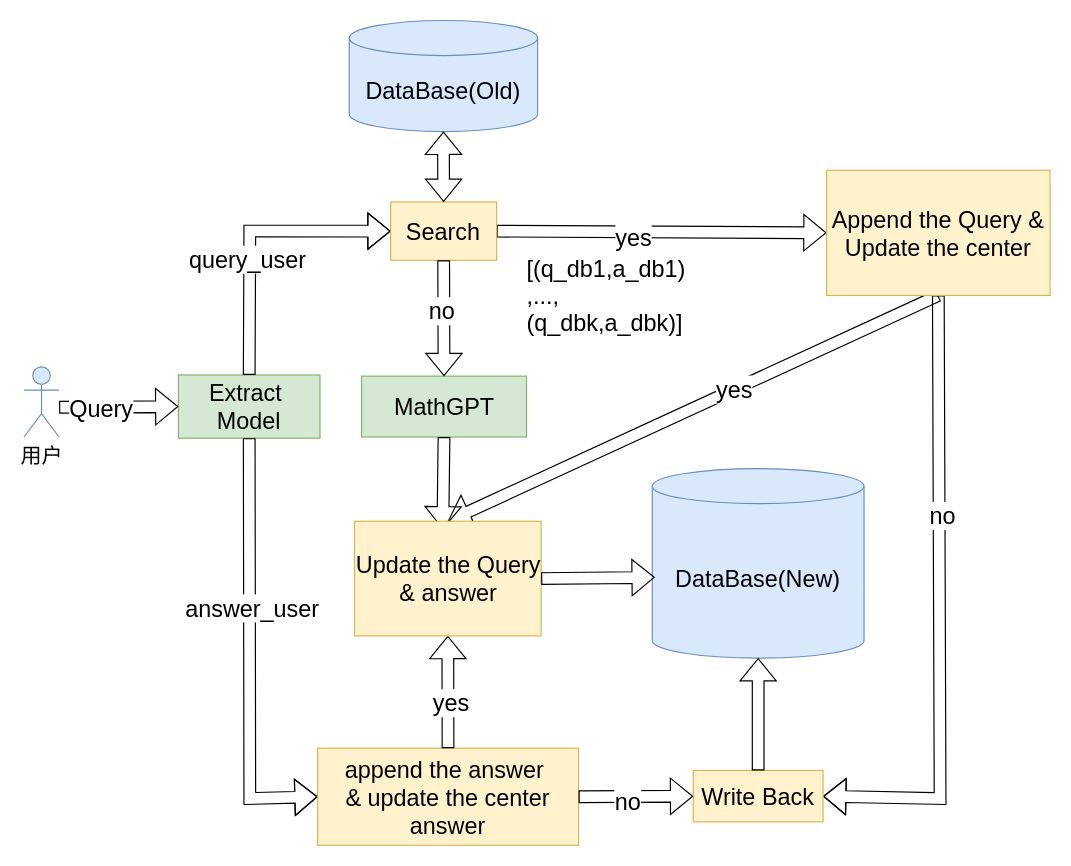
Above: pics/未命名绘图.drawio in QinHsiu/plot_demo (draw.io), before the change. Source tidied: cells renumbered, new cells numbered last; positions are measured from the earlier drawing's top-left corner, leaving out a move shared by most shapes. Both pictures are drawn from the tidied source at 117%, with x=0, y=0 at pixel (23, 20).
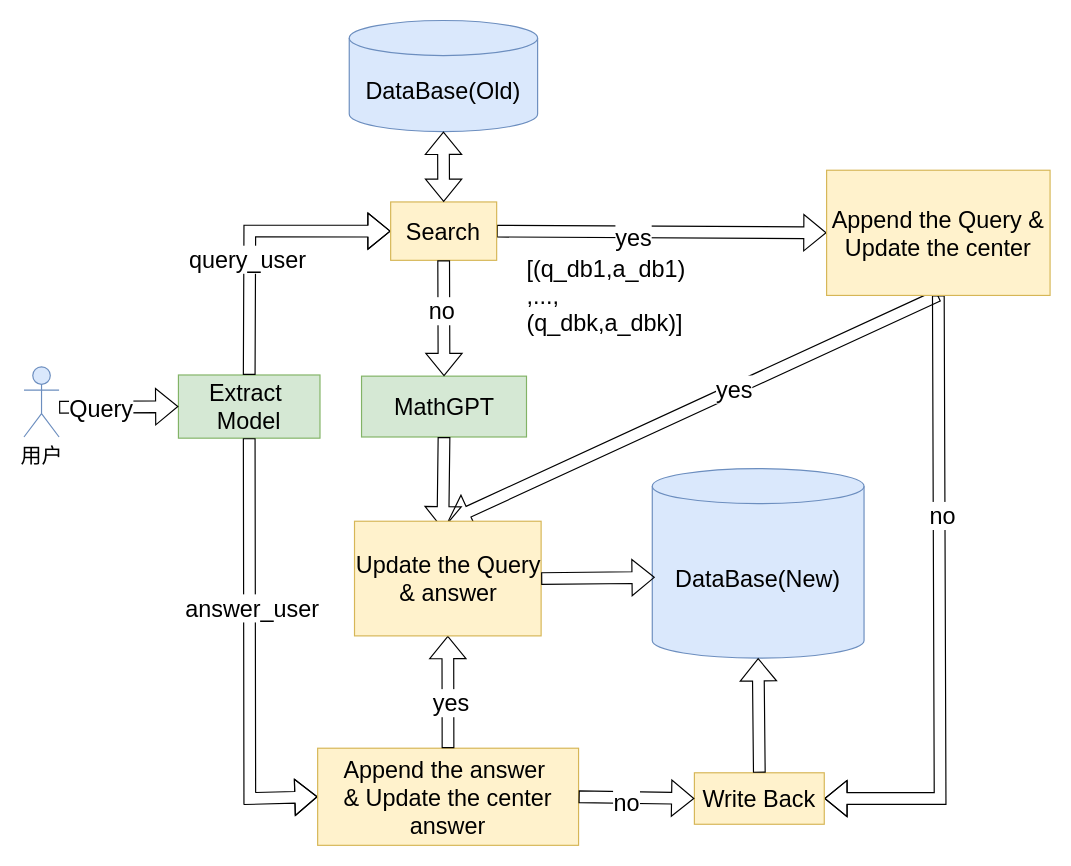
After the change.

The edit, as a diff of the source:
```diff
@@
-    <mxCell id="22" value="&lt;font style=&quot;font-size: 20px;&quot;&gt;append the answer&lt;span style=&quot;background-color: initial;&quot;&gt;&amp;nbsp;&lt;/span&gt;&lt;/font&gt;&lt;div style=&quot;font-size: 20px;&quot;&gt;&lt;span style=&quot;background-color: initial;&quot;&gt;&lt;font style=&quot;font-size: 20px;&quot;&gt;&amp;amp; update the center answer&lt;/font&gt;&lt;/span&gt;&lt;/div&gt;" style="rounded=0;whiteSpace=wrap;html=1;fillColor=#fff2cc;gradientColor=none;strokeColor=#d6b656;" parent="1" vertex="1">
+    <mxCell id="22" value="&lt;font style=&quot;font-size: 20px;&quot;&gt;Append the answer&lt;span style=&quot;background-color: initial;&quot;&gt;&amp;nbsp;&lt;/span&gt;&lt;/font&gt;&lt;div style=&quot;font-size: 20px;&quot;&gt;&lt;span style=&quot;background-color: initial;&quot;&gt;&lt;font style=&quot;font-size: 20px;&quot;&gt;&amp;amp; Update the center answer&lt;/font&gt;&lt;/span&gt;&lt;/div&gt;" style="rounded=0;whiteSpace=wrap;html=1;fillColor=#fff2cc;gradientColor=none;strokeColor=#d6b656;" parent="1" vertex="1">
       <mxGeometry x="251" y="622" width="223" height="83" as="geometry" />
     </mxCell>
@@
     <mxCell id="27" value="&lt;font style=&quot;font-size: 20px;&quot;&gt;Write Back&lt;/font&gt;" style="rounded=0;whiteSpace=wrap;html=1;fillColor=#fff2cc;gradientColor=none;strokeColor=#d6b656;" parent="1" vertex="1">
-      <mxGeometry x="572" y="641" width="111" height="44" as="geometry" />
+      <mxGeometry x="573" y="643" width="111" height="44" as="geometry" />
     </mxCell>
```
